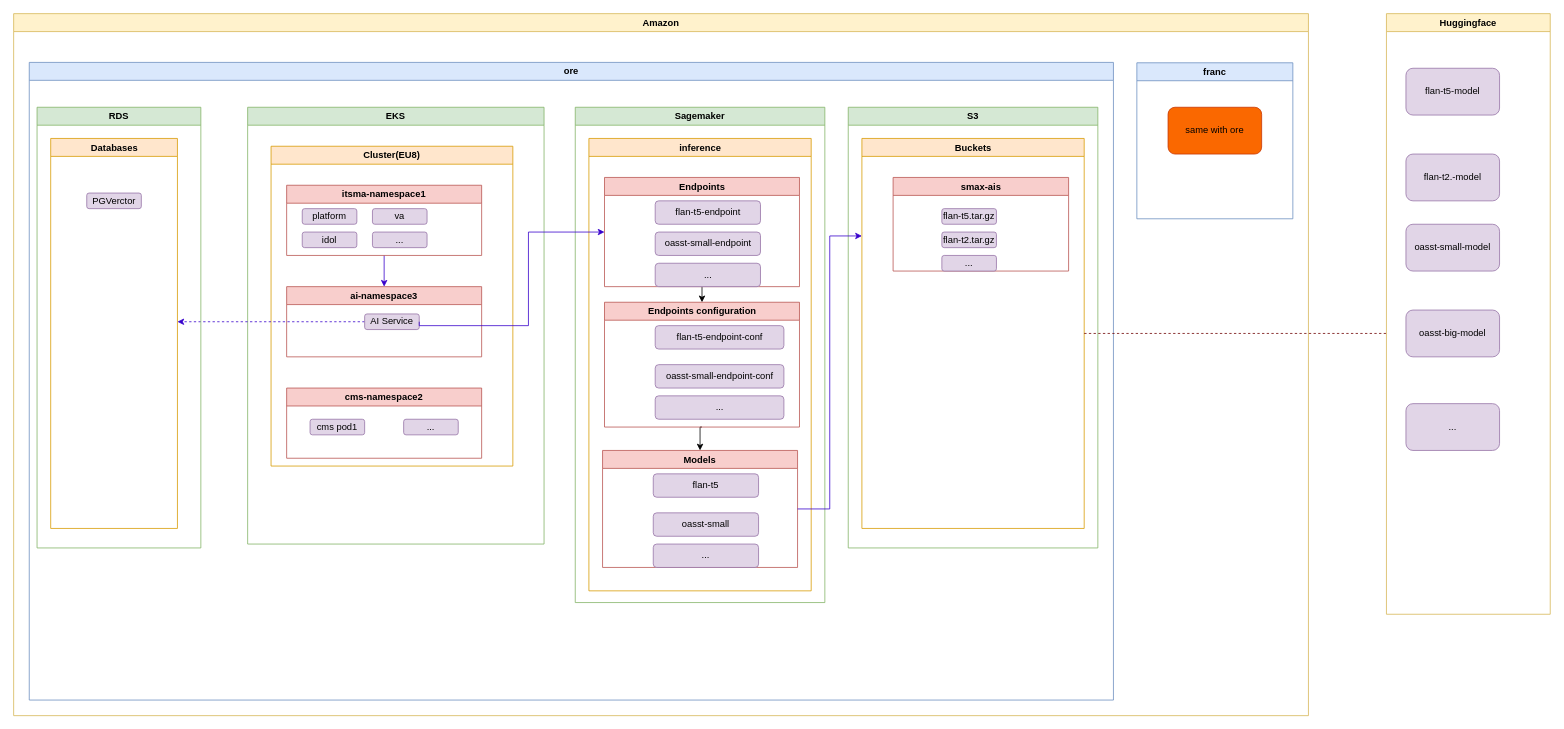
Earlier version of the draw.io diagram LLM/topology.drawio (Ice-YcY/Diagram). Source tidied: cells renumbered, new cells numbered last; positions are measured from the earlier drawing's top-left corner, leaving out a move shared by most shapes. Both pictures are drawn from the tidied source at 78%, with x=0, y=0 at pixel (13, 13).
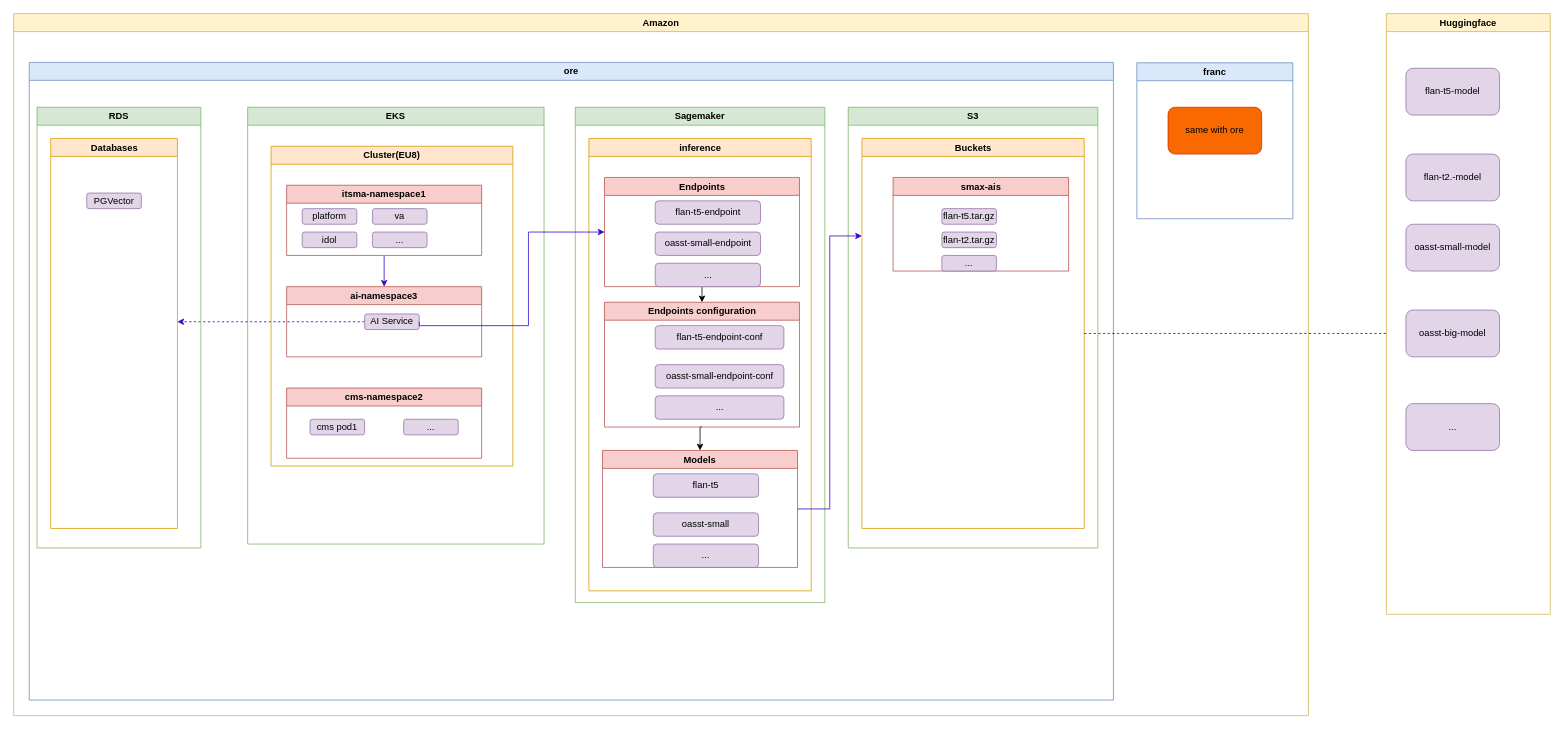
The same diagram, later.

Unchanged cells that the change refers to:
```xml
<mxCell id="43" value="Databases" style="swimlane;whiteSpace=wrap;html=1;startSize=23;fillColor=#ffe6cc;strokeColor=#d79b00;" parent="42" vertex="1">
  <mxGeometry x="17.5" y="40" width="162.5" height="500" as="geometry" />
</mxCell>
```

Diff of the diagram source:
```diff
@@
-    <mxCell id="44" value="PGVerctor" style="rounded=1;whiteSpace=wrap;html=1;fillColor=#e1d5e7;strokeColor=#9673a6;" parent="43" vertex="1">
+    <mxCell id="44" value="PGVector" style="rounded=1;whiteSpace=wrap;html=1;fillColor=#e1d5e7;strokeColor=#9673a6;" parent="43" vertex="1">
       <mxGeometry x="46.2" y="70" width="70" height="20" as="geometry" />
     </mxCell>
```
